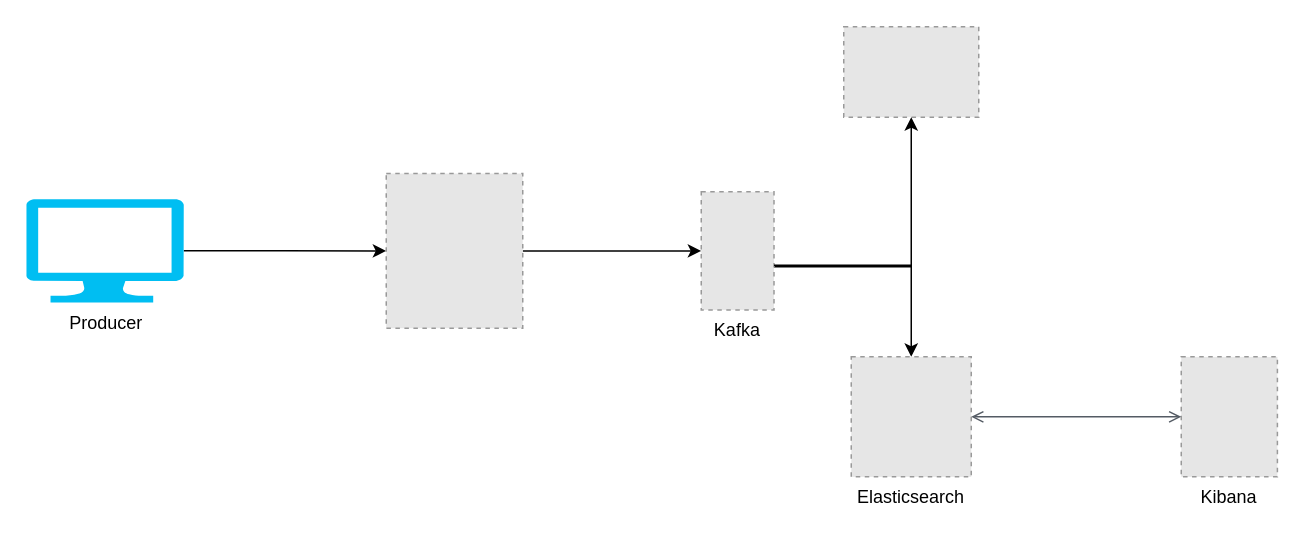
Above: src/main/resources/Diagram.drawio in skatz1990/messaging_pipeline (draw.io), before the change. Source tidied: cells renumbered, new cells numbered last; positions are measured from the earlier drawing's top-left corner, leaving out a move shared by most shapes. Both pictures are drawn from the tidied source at 150%, with x=0, y=0 at pixel (26, 26). Pictures stored in the file or linked from it are replaced by grey dashed boxes.
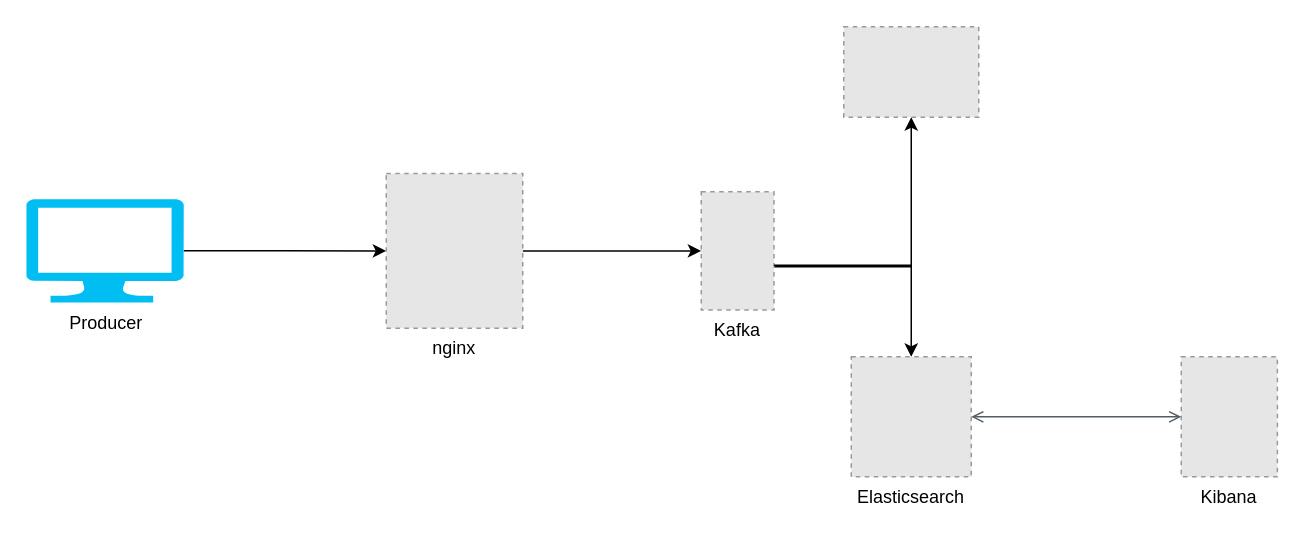
Above is the later version.

Commit message (it also covers changes not shown here):
Fixed Diagram issue

The edit, as a diff of the source:
```diff
@@
 <mxGraphModel>
   <root>
     <mxCell id="0" />
     <mxCell id="1" parent="0" />
     <mxCell id="2" style="edgeStyle=orthogonalEdgeStyle;rounded=0;jettySize=auto;html=1;" parent="1" edge="1" source="3" target="7">
       <mxGeometry relative="1" as="geometry">
         <Array as="points">
           <mxPoint x="590" y="160.4" />
         </Array>
       </mxGeometry>
     </mxCell>
     <mxCell id="3" value="Kafka" style="fillColor=#E6E6E6;strokeColor=#999999;dashed=1;verticalLabelPosition=bottom;labelBackgroundColor=#ffffff;verticalAlign=top;" parent="1" vertex="1">
       <mxGeometry x="450" y="110.4" width="48.5" height="78.7" as="geometry" />
     </mxCell>
     <mxCell id="4" style="edgeStyle=orthogonalEdgeStyle;rounded=0;jettySize=auto;html=1;" parent="1" edge="1" source="5" target="12">
       <mxGeometry relative="1" as="geometry" />
     </mxCell>
     <mxCell id="5" value="Producer" style="verticalLabelPosition=bottom;html=1;verticalAlign=top;align=center;strokeColor=none;fillColor=#00BEF2;shape=mxgraph.azure.computer;" parent="1" vertex="1">
       <mxGeometry y="115.2" width="105" height="69" as="geometry" />
     </mxCell>
     <mxCell id="6" style="fillColor=#E6E6E6;strokeColor=#999999;dashed=1;verticalLabelPosition=bottom;labelBackgroundColor=#ffffff;verticalAlign=top;" parent="1" vertex="1">
       <mxGeometry x="545" y="0.4" width="90" height="60.2" as="geometry" />
     </mxCell>
     <mxCell id="7" value="Elasticsearch" style="fillColor=#E6E6E6;strokeColor=#999999;dashed=1;verticalLabelPosition=bottom;labelBackgroundColor=#ffffff;verticalAlign=top;" parent="1" vertex="1">
       <mxGeometry x="550" y="220.4" width="80" height="80" as="geometry" />
     </mxCell>
     <mxCell id="8" value="Kibana" style="fillColor=#E6E6E6;strokeColor=#999999;dashed=1;verticalLabelPosition=bottom;labelBackgroundColor=#ffffff;verticalAlign=top;" parent="1" vertex="1">
       <mxGeometry x="770" y="220.4" width="64.1" height="80" as="geometry" />
     </mxCell>
     <mxCell id="9" style="edgeStyle=orthogonalEdgeStyle;html=1;endArrow=open;elbow=vertical;startArrow=open;startFill=0;endFill=0;strokeColor=#545B64;rounded=0;" parent="1" edge="1" source="7" target="8">
       <mxGeometry relative="1" as="geometry" />
     </mxCell>
     <mxCell id="10" style="edgeStyle=orthogonalEdgeStyle;rounded=0;jettySize=auto;html=1;" parent="1" edge="1" source="3" target="6">
       <mxGeometry relative="1" as="geometry">
         <Array as="points">
           <mxPoint x="590" y="159.4" />
         </Array>
       </mxGeometry>
     </mxCell>
     <mxCell id="11" style="edgeStyle=orthogonalEdgeStyle;rounded=0;jettySize=auto;html=1;" parent="1" edge="1" source="12" target="3">
       <mxGeometry relative="1" as="geometry" />
     </mxCell>
-    <mxCell id="12" style="fillColor=#E6E6E6;strokeColor=#999999;dashed=1;verticalLabelPosition=bottom;labelBackgroundColor=#ffffff;verticalAlign=top;" parent="1" vertex="1">
+    <mxCell id="12" value="nginx" style="fillColor=#E6E6E6;strokeColor=#999999;dashed=1;verticalLabelPosition=bottom;labelBackgroundColor=#ffffff;verticalAlign=top;" parent="1" vertex="1">
       <mxGeometry x="240" y="98.2" width="91" height="103.1" as="geometry" />
     </mxCell>
   </root>
 </mxGraphModel>
```
